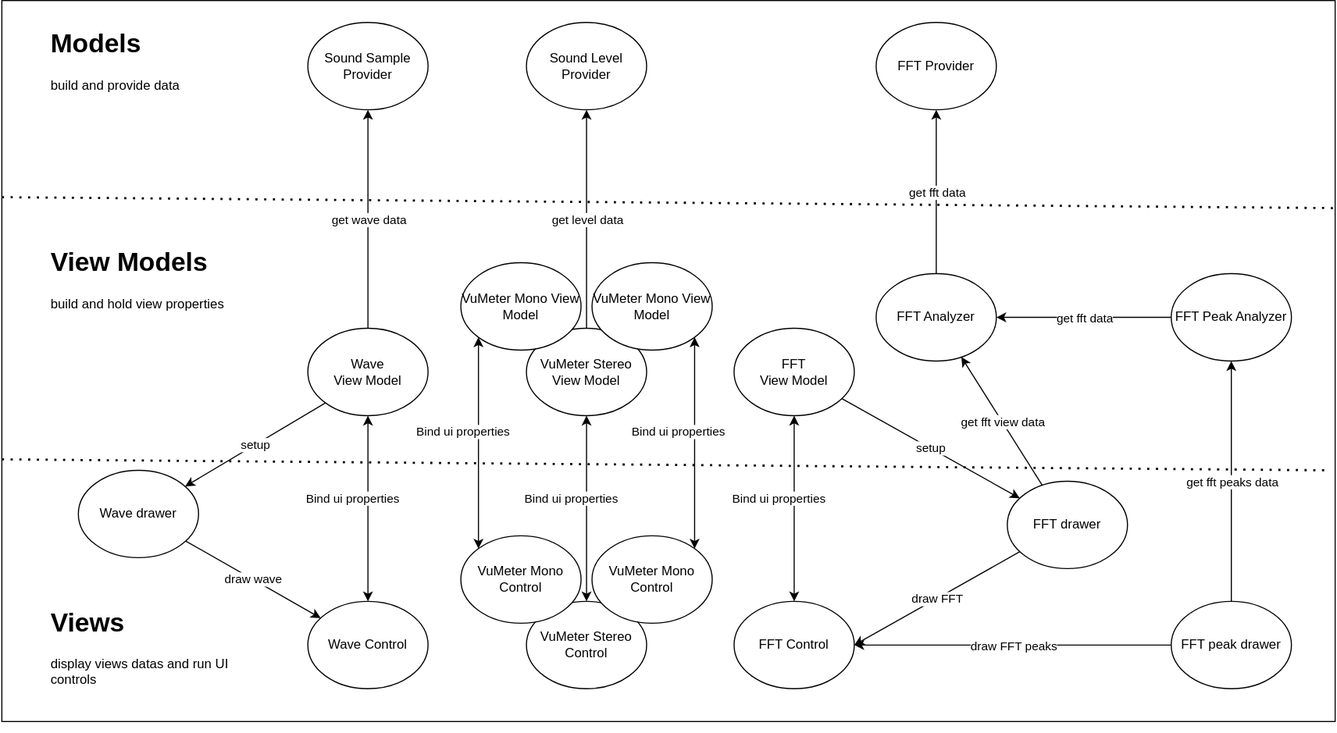
franck-gaspoz/WindowsAudioSessionSample keeps this draw.io diagram as Doc/components1.drawio.svg. Above is the earlier version. Source tidied: cells renumbered, new cells last; positions are measured from the earlier drawing's top-left corner, leaving out a move shared by most shapes.
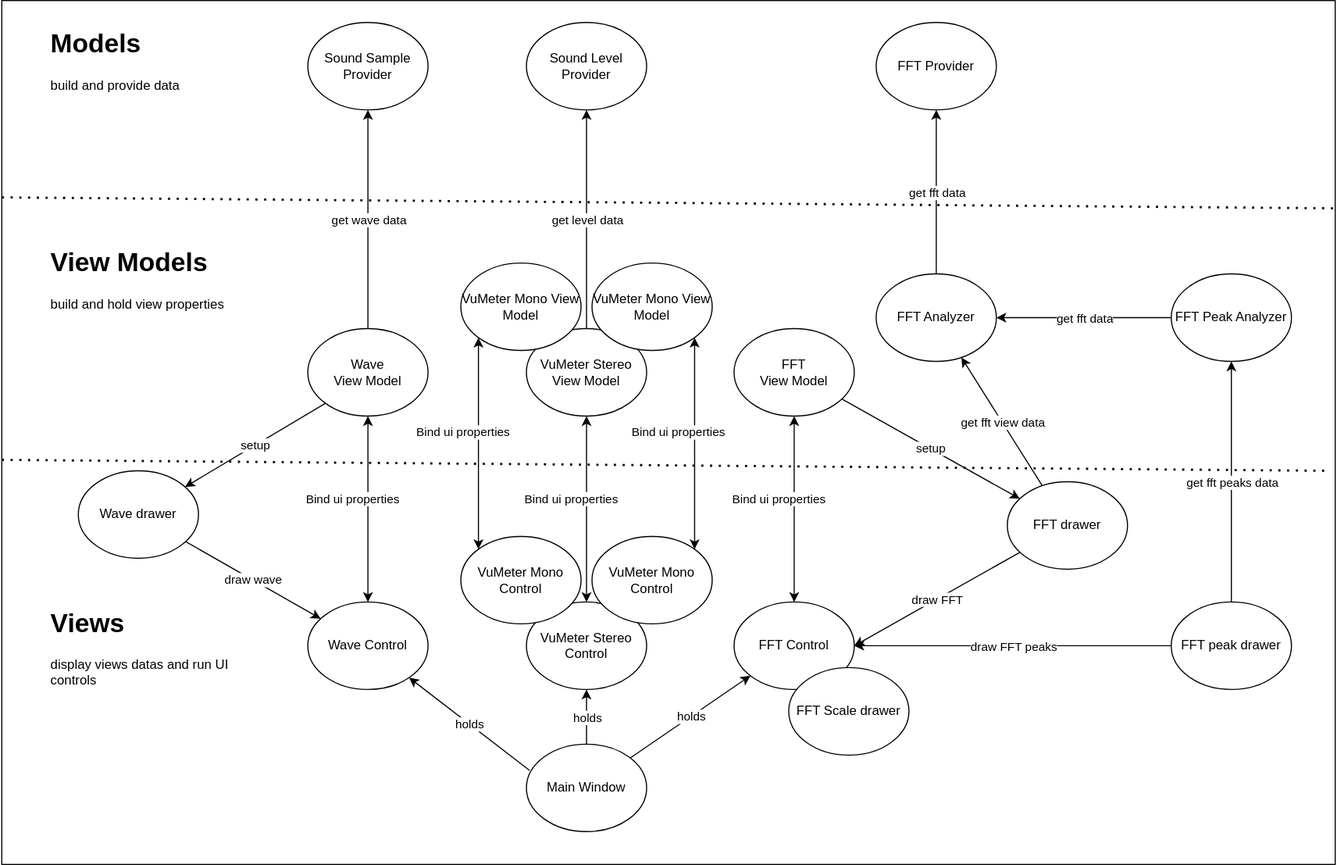
After the change.

What changed in the source:
```diff
@@ -3,7 +3,7 @@
     <mxCell id="0" />
     <mxCell id="1" parent="0" />
     <mxCell id="2" style="rounded=0;whiteSpace=wrap;html=1;" parent="1" vertex="1">
-      <mxGeometry width="1220" height="660" as="geometry" />
+      <mxGeometry width="1220" height="790" as="geometry" />
     </mxCell>
     <mxCell id="3" value="FFT Provider&lt;br&gt;" style="ellipse;whiteSpace=wrap;html=1;" parent="1" vertex="1">
       <mxGeometry x="800" y="20" width="110" height="80" as="geometry" />
@@ -188,5 +188,29 @@
         <mxPoint x="-15" y="-10" as="offset" />
       </mxGeometry>
     </mxCell>
+    <mxCell id="58" value="Main Window" style="ellipse;whiteSpace=wrap;html=1;" parent="1" vertex="1">
+      <mxGeometry x="480" y="680" width="110" height="80" as="geometry" />
+    </mxCell>
+    <mxCell id="59" value="FFT Scale drawer" style="ellipse;whiteSpace=wrap;html=1;" parent="1" vertex="1">
+      <mxGeometry x="720" y="610" width="110" height="80" as="geometry" />
+    </mxCell>
+    <mxCell id="60" style="endArrow=classic;html=1;rounded=0;" parent="1" edge="1" source="58" target="8">
+      <mxGeometry relative="1" as="geometry" />
+    </mxCell>
+    <mxCell id="61" value="holds" style="edgeLabel;html=1;align=center;verticalAlign=middle;" parent="60" vertex="1">
+      <mxGeometry relative="1" as="geometry" />
+    </mxCell>
+    <mxCell id="62" style="endArrow=classic;html=1;rounded=0;exitX=0.027;exitY=0.3;exitDx=0;exitDy=0;exitPerimeter=0;" parent="1" edge="1" source="58" target="27">
+      <mxGeometry relative="1" as="geometry" />
+    </mxCell>
+    <mxCell id="63" value="holds" style="edgeLabel;html=1;align=center;verticalAlign=middle;" parent="62" vertex="1">
+      <mxGeometry relative="1" as="geometry" />
+    </mxCell>
+    <mxCell id="64" style="endArrow=classic;html=1;rounded=0;exitX=0.5;exitY=0;exitDx=0;exitDy=0;" parent="1" edge="1" source="58" target="41">
+      <mxGeometry relative="1" as="geometry" />
+    </mxCell>
+    <mxCell id="65" value="holds" style="edgeLabel;html=1;align=center;verticalAlign=middle;" parent="64" vertex="1">
+      <mxGeometry relative="1" as="geometry" />
+    </mxCell>
   </root>
 </mxGraphModel>
```
